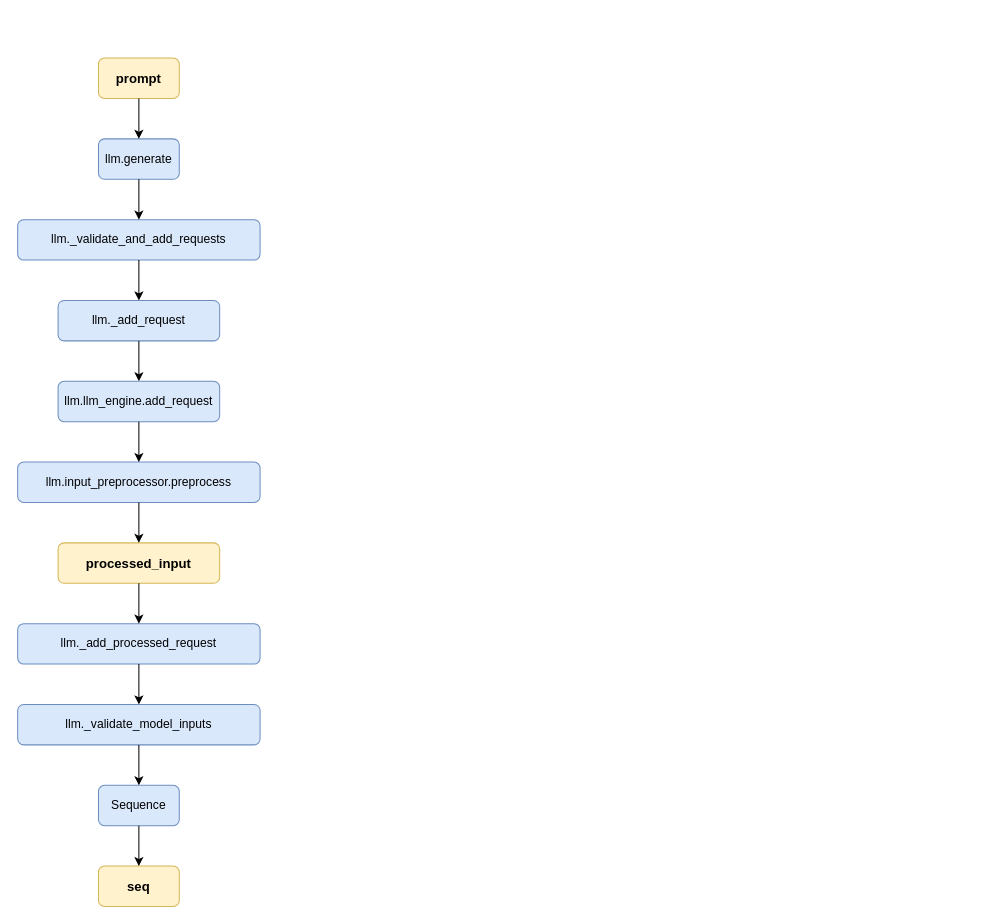
Above: vllm.drawio in DestineG/drawio (draw.io), before the change. Source tidied: cells renumbered, new cells numbered last; positions are measured from the earlier drawing's top-left corner, leaving out a move shared by most shapes. Both pictures are drawn from the tidied source at 101%, with x=0, y=0 at pixel (17, 58).
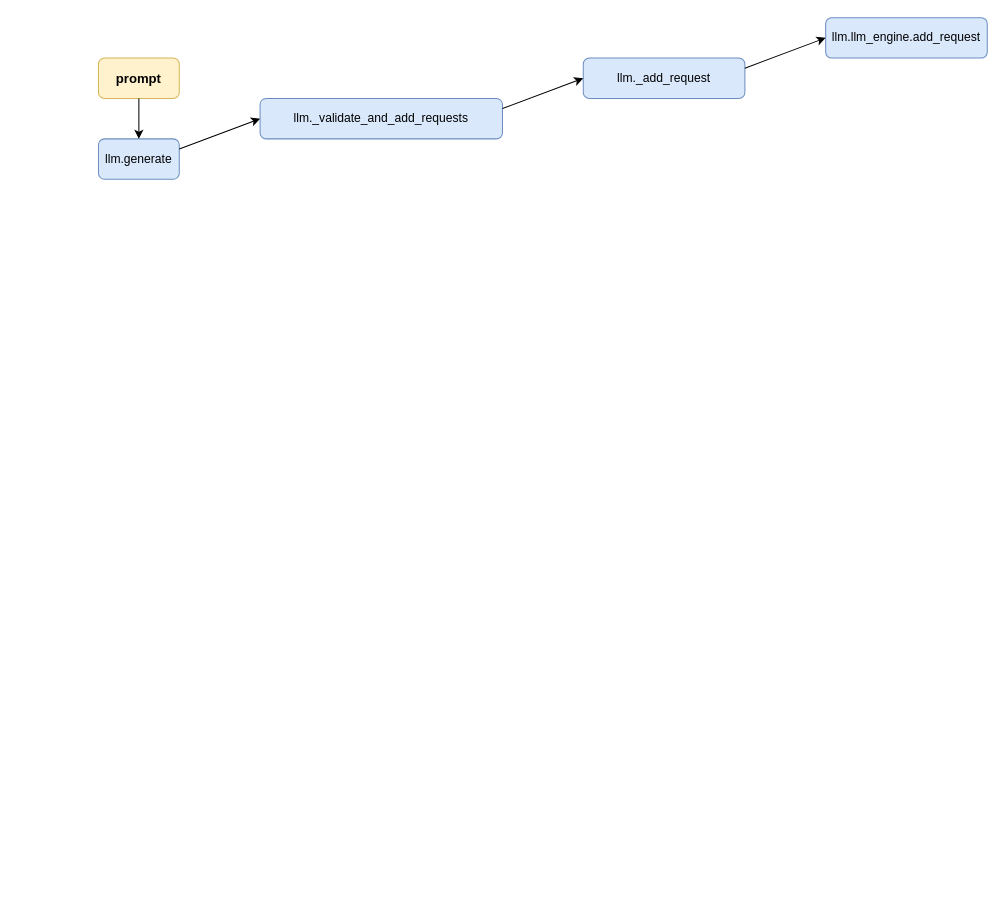
The same page after the edit.

The change refers to these unchanged cells:
```xml
<mxCell id="2" value="llm.generate" style="rounded=1;whiteSpace=wrap;html=1;fillColor=#dae8fc;strokeColor=#6c8ebf;" parent="1" vertex="1">
  <mxGeometry x="80" y="80" width="80" height="40" as="geometry" />
</mxCell>
```

What changed in the source:
```diff
@@
     <mxCell id="5" value="llm._validate_and_add_requests" style="rounded=1;whiteSpace=wrap;html=1;fillColor=#dae8fc;strokeColor=#6c8ebf;" parent="1" vertex="1">
-      <mxGeometry y="160" width="240" height="40" as="geometry" />
+      <mxGeometry x="240" y="40" width="240" height="40" as="geometry" />
     </mxCell>
-    <mxCell id="6" style="endArrow=classic;html=1;rounded=0;exitX=0.5;exitY=1;exitDx=0;exitDy=0;entryX=0.5;entryY=0;entryDx=0;entryDy=0;" parent="1" edge="1" source="2" target="5">
+    <mxCell id="6" style="endArrow=classic;html=1;rounded=0;exitX=1;exitY=0.25;exitDx=0;exitDy=0;entryX=0;entryY=0.5;entryDx=0;entryDy=0;" parent="1" edge="1" source="2" target="5">
       <mxGeometry relative="1" as="geometry" />
     </mxCell>
     <mxCell id="7" value="llm._add_request" style="rounded=1;whiteSpace=wrap;html=1;fillColor=#dae8fc;strokeColor=#6c8ebf;" parent="1" vertex="1">
-      <mxGeometry x="40" y="240" width="160" height="40" as="geometry" />
+      <mxGeometry x="560" width="160" height="40" as="geometry" />
     </mxCell>
-    <mxCell id="8" value="&lt;span style=&quot;font-size: 13px;&quot;&gt;&lt;b&gt;processed_input&lt;/b&gt;&lt;/span&gt;" style="rounded=1;whiteSpace=wrap;html=1;fillColor=#fff2cc;strokeColor=#d6b656;" parent="1" vertex="1">
-      <mxGeometry x="40" y="480" width="160" height="40" as="geometry" />
-    </mxCell>
-    <mxCell id="9" value="llm.input_preprocessor.preprocess" style="rounded=1;whiteSpace=wrap;html=1;fillColor=#dae8fc;strokeColor=#6c8ebf;" parent="1" vertex="1">
-      <mxGeometry y="400" width="240" height="40" as="geometry" />
-    </mxCell>
-    <mxCell id="10" style="endArrow=classic;html=1;rounded=0;exitX=0.5;exitY=1;exitDx=0;exitDy=0;entryX=0.5;entryY=0;entryDx=0;entryDy=0;" parent="1" edge="1" source="5" target="7">
+    <mxCell id="10" style="endArrow=classic;html=1;rounded=0;entryX=0;entryY=0.5;entryDx=0;entryDy=0;exitX=1;exitY=0.25;exitDx=0;exitDy=0;" parent="1" edge="1" source="5" target="7">
       <mxGeometry relative="1" as="geometry" />
     </mxCell>
+    <mxCell id="13" value="llm.llm_engine.add_request" style="rounded=1;whiteSpace=wrap;html=1;fillColor=#dae8fc;strokeColor=#6c8ebf;" parent="1" vertex="1">
+      <mxGeometry x="800" y="-40" width="160" height="40" as="geometry" />
+    </mxCell>
-    <mxCell id="11" style="endArrow=classic;html=1;rounded=0;exitX=0.5;exitY=1;exitDx=0;exitDy=0;entryX=0.5;entryY=0;entryDx=0;entryDy=0;" parent="1" edge="1" source="7" target="13">
+    <mxCell id="11" style="endArrow=classic;html=1;rounded=0;entryX=0;entryY=0.5;entryDx=0;entryDy=0;exitX=1;exitY=0.25;exitDx=0;exitDy=0;" parent="1" edge="1" source="7" target="13">
       <mxGeometry relative="1" as="geometry" />
     </mxCell>
-    <mxCell id="12" style="endArrow=classic;html=1;rounded=0;exitX=0.5;exitY=1;exitDx=0;exitDy=0;entryX=0.5;entryY=0;entryDx=0;entryDy=0;" parent="1" edge="1" source="9" target="8">
-      <mxGeometry relative="1" as="geometry" />
-    </mxCell>
-    <mxCell id="13" value="llm.llm_engine.add_request" style="rounded=1;whiteSpace=wrap;html=1;fillColor=#dae8fc;strokeColor=#6c8ebf;" parent="1" vertex="1">
-      <mxGeometry x="40" y="320" width="160" height="40" as="geometry" />
-    </mxCell>
-    <mxCell id="14" style="endArrow=classic;html=1;rounded=0;exitX=0.5;exitY=1;exitDx=0;exitDy=0;entryX=0.5;entryY=0;entryDx=0;entryDy=0;" parent="1" edge="1" source="13" target="9">
-      <mxGeometry relative="1" as="geometry" />
-    </mxCell>
-    <mxCell id="15" value="llm._add_processed_request" style="rounded=1;whiteSpace=wrap;html=1;fillColor=#dae8fc;strokeColor=#6c8ebf;" parent="1" vertex="1">
-      <mxGeometry y="560" width="240" height="40" as="geometry" />
-    </mxCell>
-    <mxCell id="16" style="endArrow=classic;html=1;rounded=0;exitX=0.5;exitY=1;exitDx=0;exitDy=0;entryX=0.5;entryY=0;entryDx=0;entryDy=0;" parent="1" edge="1" source="8" target="15">
-      <mxGeometry relative="1" as="geometry" />
-    </mxCell>
-    <mxCell id="17" value="llm._validate_model_inputs" style="rounded=1;whiteSpace=wrap;html=1;fillColor=#dae8fc;strokeColor=#6c8ebf;" parent="1" vertex="1">
-      <mxGeometry y="640" width="240" height="40" as="geometry" />
-    </mxCell>
-    <mxCell id="18" value="Sequence" style="rounded=1;whiteSpace=wrap;html=1;fillColor=#dae8fc;strokeColor=#6c8ebf;" parent="1" vertex="1">
-      <mxGeometry x="80" y="720" width="80" height="40" as="geometry" />
-    </mxCell>
-    <mxCell id="19" style="endArrow=classic;html=1;rounded=0;exitX=0.5;exitY=1;exitDx=0;exitDy=0;entryX=0.5;entryY=0;entryDx=0;entryDy=0;" parent="1" edge="1" source="15" target="17">
-      <mxGeometry relative="1" as="geometry" />
-    </mxCell>
-    <mxCell id="20" style="endArrow=classic;html=1;rounded=0;exitX=0.5;exitY=1;exitDx=0;exitDy=0;entryX=0.5;entryY=0;entryDx=0;entryDy=0;" parent="1" edge="1" source="17" target="18">
-      <mxGeometry relative="1" as="geometry" />
-    </mxCell>
-    <mxCell id="21" value="&lt;span style=&quot;font-size: 13px;&quot;&gt;&lt;b&gt;seq&lt;/b&gt;&lt;/span&gt;" style="rounded=1;whiteSpace=wrap;html=1;fillColor=#fff2cc;strokeColor=#d6b656;" parent="1" vertex="1">
-      <mxGeometry x="80" y="800" width="80" height="40" as="geometry" />
-    </mxCell>
-    <mxCell id="22" style="endArrow=classic;html=1;rounded=0;exitX=0.5;exitY=1;exitDx=0;exitDy=0;entryX=0.5;entryY=0;entryDx=0;entryDy=0;" parent="1" edge="1" source="18" target="21">
-      <mxGeometry relative="1" as="geometry" />
-    </mxCell>
```
